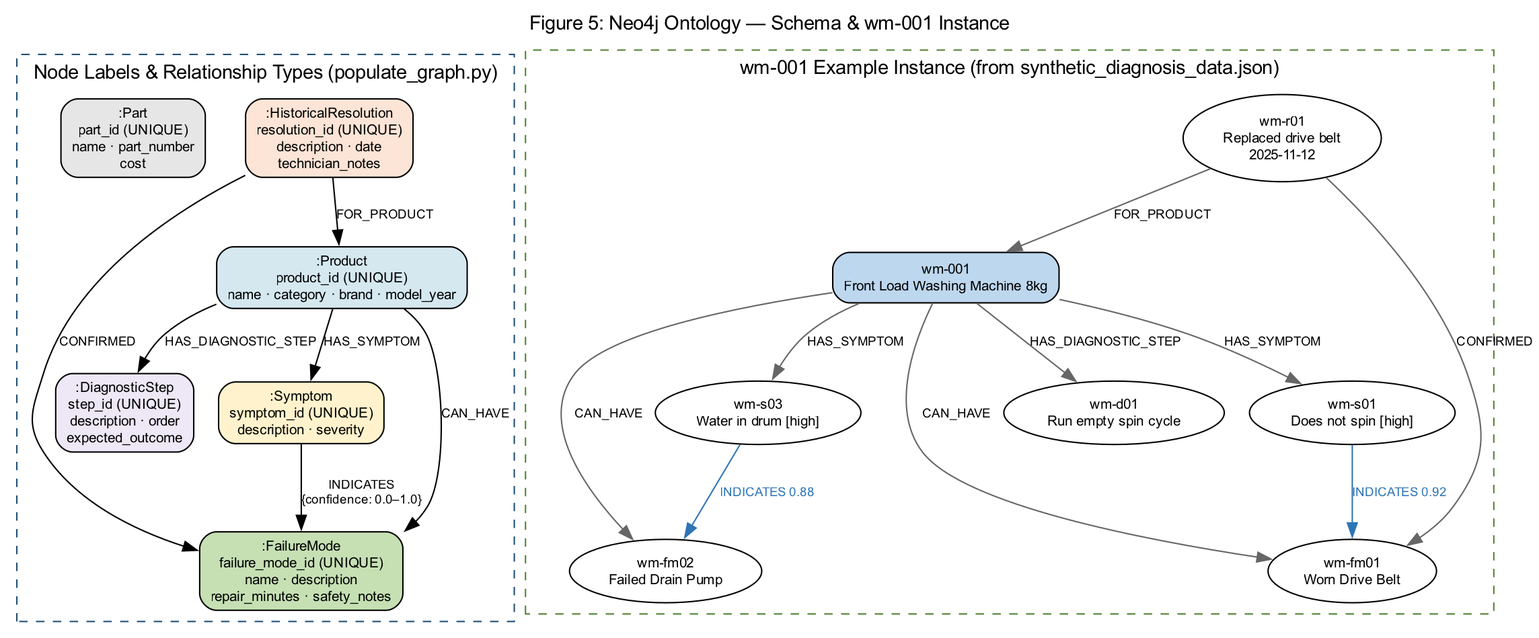
This is docs/graphviz/rendered/png/05-neo4j-ontology.png from dhirajtiwari/vision-RL-coda-notebooks, a Graphviz export, as it was before one commit. Its source is kept beside it as docs/graphviz/05-neo4j-ontology.dot.
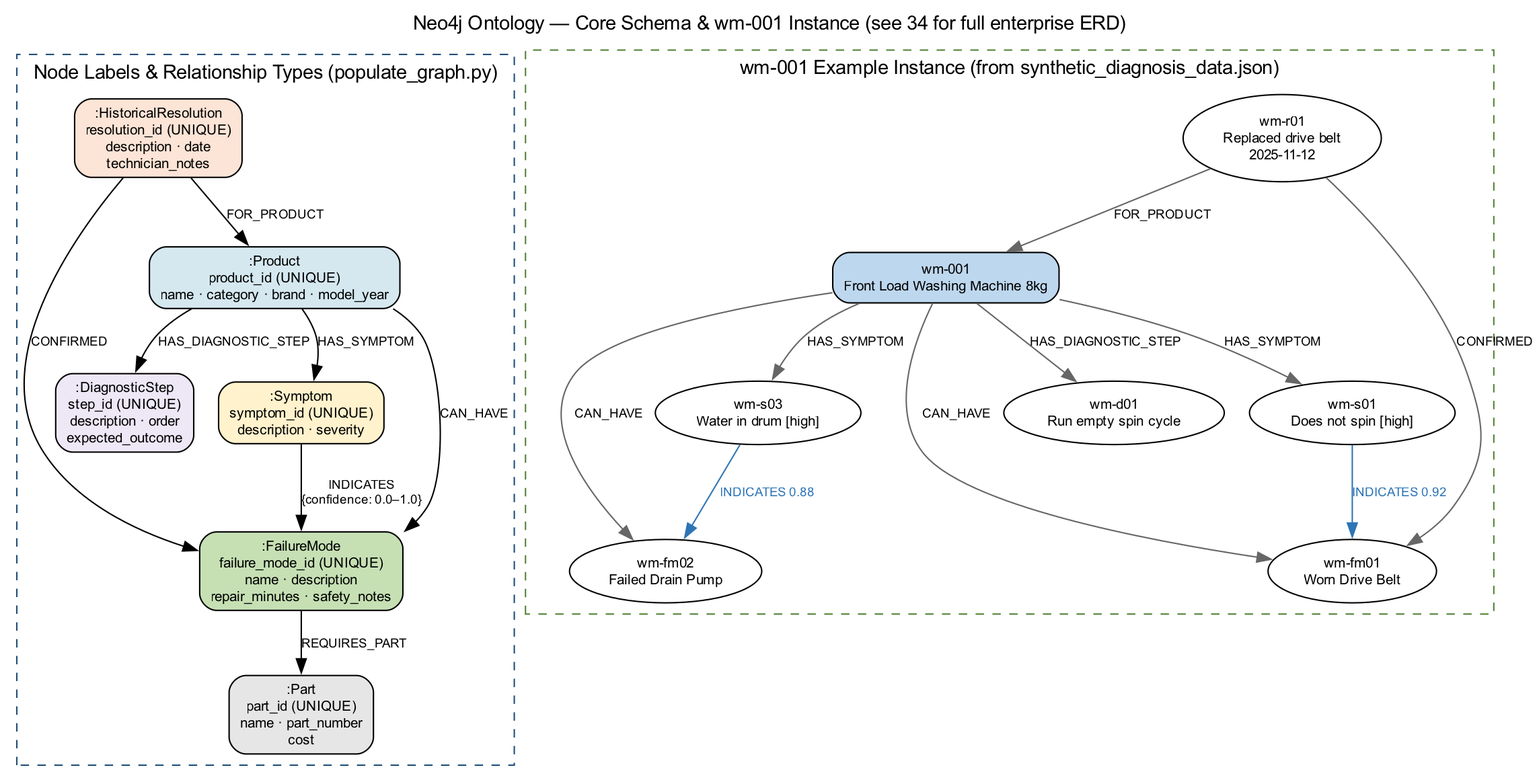
Above is the later version.

What changed in the source:
```diff
@@ -1,7 +1,7 @@
 digraph Neo4jOntology {
   graph [
     rankdir=TB
-    label="Figure 5: Neo4j Ontology — Schema & wm-001 Instance"
+    label="Neo4j Ontology — Core Schema & wm-001 Instance (see 34 for full enterprise ERD)"
     labelloc=t
     fontsize=14
     fontname="Arial"
@@ -27,6 +27,7 @@
     Product -> FailureMode [label="CAN_HAVE"]
     Product -> DiagStep [label="HAS_DIAGNOSTIC_STEP"]
     Symptom -> FailureMode [label="INDICATES\n{confidence: 0.0–1.0}"]
+    FailureMode -> Part [label="REQUIRES_PART"]
     HistRes -> Product [label="FOR_PRODUCT"]
     HistRes -> FailureMode [label="CONFIRMED"]
   }
```
